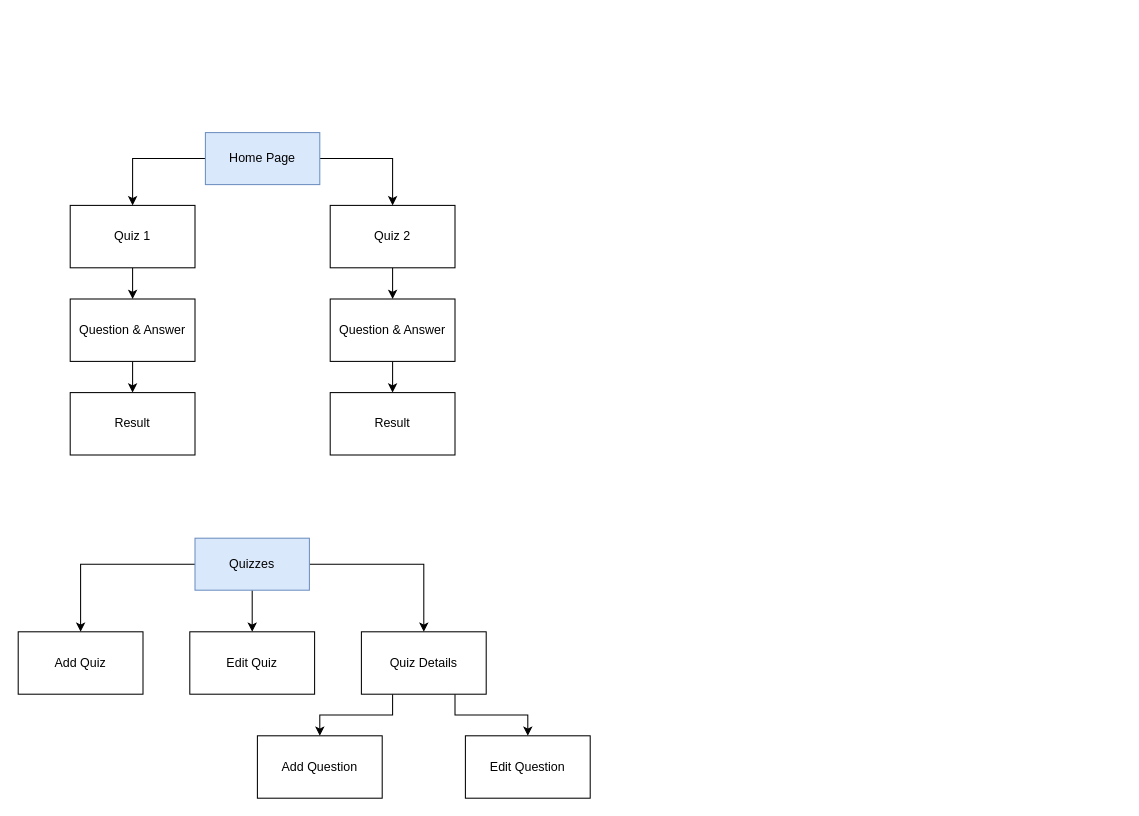
Above: page "WebPage Flow" (3 of 4) of diagrams/sprint2-project-diagram.drawio in full-stack-devs-learn/niantic-2024-sprint-2-team-3 (draw.io), before the change. Source tidied: cells renumbered, new cells numbered last; positions are measured from the earlier drawing's top-left corner, leaving out a move shared by most shapes. Both pictures are drawn from the tidied source at 104%, with x=0, y=0 at pixel (18, 132).
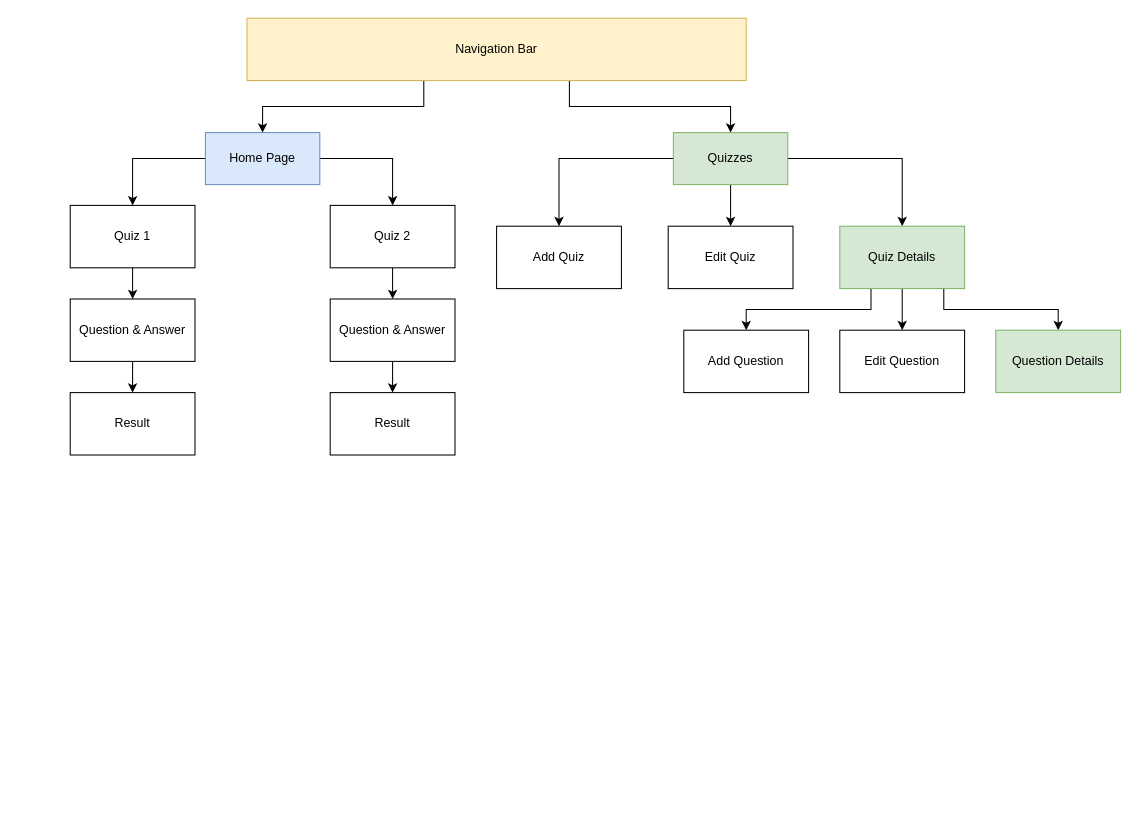
After the change.

The change refers to these unchanged cells:
```xml
<mxCell id="4" value="Home Page" style="html=1;whiteSpace=wrap;fillColor=#dae8fc;strokeColor=#6c8ebf;" parent="1" vertex="1">
  <mxGeometry x="180" width="110" height="50" as="geometry" />
</mxCell>
```

Diff of the diagram source:
```diff
@@
-    <mxCell id="18" value="Quizzes" style="html=1;whiteSpace=wrap;fillColor=#dae8fc;strokeColor=#6c8ebf;" parent="1" vertex="1">
-      <mxGeometry x="170" y="390" width="110" height="50" as="geometry" />
+    <mxCell id="18" value="Quizzes" style="html=1;whiteSpace=wrap;fillColor=#d5e8d4;strokeColor=#82b366;" parent="1" vertex="1">
+      <mxGeometry x="630" width="110" height="50" as="geometry" />
     </mxCell>
     <mxCell id="19" value="Edit Quiz" style="whiteSpace=wrap;html=1;" parent="1" vertex="1">
-      <mxGeometry x="165" y="480" width="120" height="60" as="geometry" />
+      <mxGeometry x="625" y="90" width="120" height="60" as="geometry" />
     </mxCell>
     <mxCell id="20" value="Add Quiz" style="whiteSpace=wrap;html=1;" parent="1" vertex="1">
-      <mxGeometry y="480" width="120" height="60" as="geometry" />
+      <mxGeometry x="460" y="90" width="120" height="60" as="geometry" />
     </mxCell>
     <mxCell id="21" style="edgeStyle=orthogonalEdgeStyle;rounded=0;jettySize=auto;html=1;" parent="1" edge="1" source="23" target="24">
       <mxGeometry relative="1" as="geometry">
         <Array as="points">
-          <mxPoint x="360" y="560" />
-          <mxPoint x="290" y="560" />
+          <mxPoint x="820" y="170" />
+          <mxPoint x="700" y="170" />
         </Array>
       </mxGeometry>
     </mxCell>
     <mxCell id="22" style="edgeStyle=orthogonalEdgeStyle;rounded=0;jettySize=auto;html=1;" parent="1" edge="1" source="23" target="25">
       <mxGeometry relative="1" as="geometry">
         <Array as="points">
-          <mxPoint x="420" y="560" />
-          <mxPoint x="490" y="560" />
+          <mxPoint x="850" y="170" />
+          <mxPoint x="850" y="170" />
         </Array>
       </mxGeometry>
     </mxCell>
+    <mxCell id="26" style="edgeStyle=orthogonalEdgeStyle;rounded=0;jettySize=auto;html=1;exitX=0.75;exitY=1;exitDx=0;exitDy=0;" parent="1" edge="1" source="23" target="30">
+      <mxGeometry relative="1" as="geometry">
+        <Array as="points">
+          <mxPoint x="890" y="150" />
+          <mxPoint x="890" y="170" />
+          <mxPoint x="1000" y="170" />
+        </Array>
+      </mxGeometry>
+    </mxCell>
-    <mxCell id="23" value="Quiz Details" style="whiteSpace=wrap;html=1;" parent="1" vertex="1">
-      <mxGeometry x="330" y="480" width="120" height="60" as="geometry" />
+    <mxCell id="23" value="Quiz Details" style="whiteSpace=wrap;html=1;fillColor=#d5e8d4;strokeColor=#82b366;" parent="1" vertex="1">
+      <mxGeometry x="790" y="90" width="120" height="60" as="geometry" />
     </mxCell>
     <mxCell id="24" value="Add Question" style="whiteSpace=wrap;html=1;" parent="1" vertex="1">
-      <mxGeometry x="230" y="580" width="120" height="60" as="geometry" />
+      <mxGeometry x="640" y="190" width="120" height="60" as="geometry" />
     </mxCell>
     <mxCell id="25" value="Edit Question" style="whiteSpace=wrap;html=1;" parent="1" vertex="1">
-      <mxGeometry x="430" y="580" width="120" height="60" as="geometry" />
+      <mxGeometry x="790" y="190" width="120" height="60" as="geometry" />
     </mxCell>
+    <mxCell id="27" style="edgeStyle=orthogonalEdgeStyle;rounded=0;jettySize=auto;html=1;exitX=0;exitY=1;exitDx=0;exitDy=0;entryX=0.5;entryY=0;entryDx=0;entryDy=0;" parent="1" edge="1" source="29" target="4">
+      <mxGeometry relative="1" as="geometry">
+        <Array as="points">
+          <mxPoint x="390" y="-50" />
+          <mxPoint x="390" y="-25" />
+          <mxPoint x="235" y="-25" />
+        </Array>
+      </mxGeometry>
+    </mxCell>
+    <mxCell id="28" style="edgeStyle=orthogonalEdgeStyle;rounded=0;jettySize=auto;html=1;exitX=1;exitY=1;exitDx=0;exitDy=0;entryX=0.5;entryY=0;entryDx=0;entryDy=0;" parent="1" edge="1" source="29" target="18">
+      <mxGeometry relative="1" as="geometry">
+        <Array as="points">
+          <mxPoint x="530" y="-50" />
+          <mxPoint x="530" y="-25" />
+          <mxPoint x="685" y="-25" />
+        </Array>
+      </mxGeometry>
+    </mxCell>
+    <mxCell id="29" value="Navigation Bar" style="rounded=0;whiteSpace=wrap;html=1;fillColor=#fff2cc;strokeColor=#d6b656;" parent="1" vertex="1">
+      <mxGeometry x="220" y="-110" width="480" height="60" as="geometry" />
+    </mxCell>
+    <mxCell id="30" value="Question Details" style="whiteSpace=wrap;html=1;fillColor=#d5e8d4;strokeColor=#82b366;" parent="1" vertex="1">
+      <mxGeometry x="940" y="190" width="120" height="60" as="geometry" />
+    </mxCell>
```
